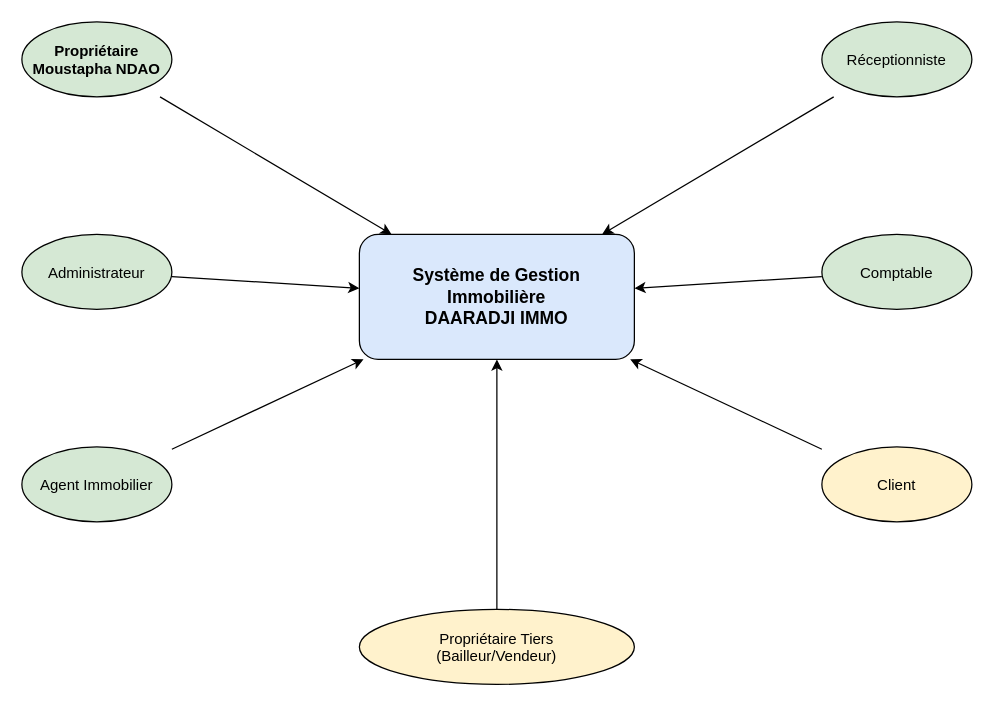
Awa-ndao/gestion-immobiliere-daaradji keeps this draw.io diagram as page "Diagramme-Contexte" (1 of 6) of diagramme-contexte.drawio. Above is the earlier version. Source tidied: cells renumbered, new cells numbered last; positions are measured from the earlier drawing's top-left corner, leaving out a move shared by most shapes. Both pictures are drawn from the tidied source at 125%, with x=0, y=0 at pixel (21, 21).
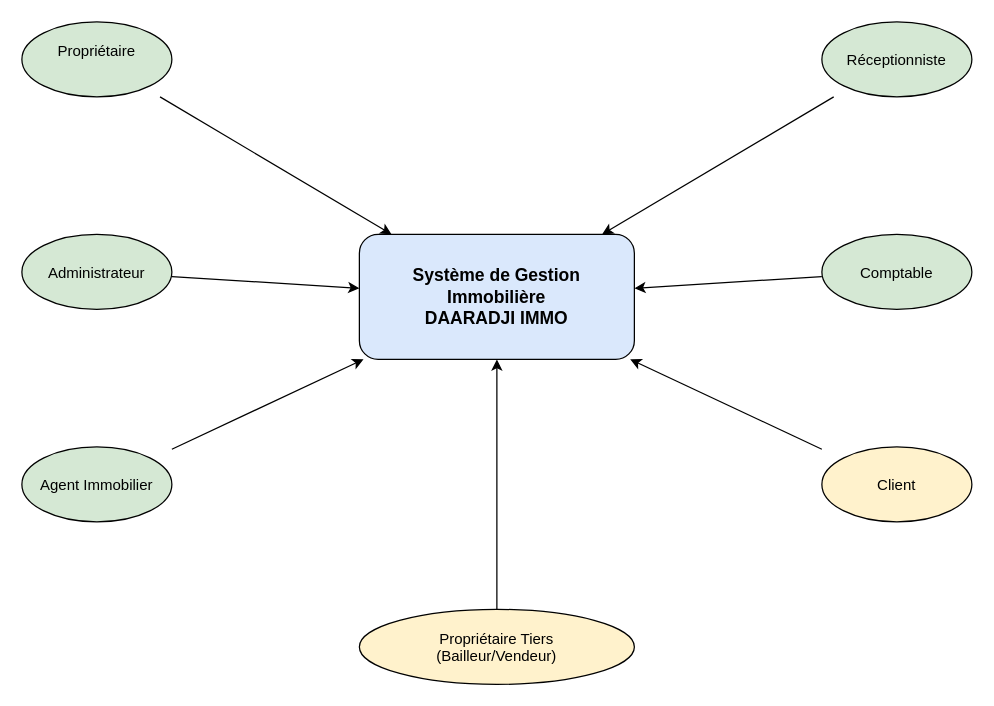
The same page after the edit.

Commit message:
Mettre à jour diagramme-contexte.drawio

What changed in the source:
```diff
@@
 <mxGraphModel>
   <root>
     <mxCell id="0" />
     <mxCell id="1" parent="0" />
     <mxCell id="2" value="Système de Gestion&#10;Immobilière&#10;DAARADJI IMMO" style="rounded=1;whiteSpace=wrap;html=1;fillColor=#dae8fc;     strokeColor=#6c8ebf;fontSize=14;fontStyle=1;verticalAlign=middle;" parent="1" vertex="1">
       <mxGeometry x="270" y="170" width="220" height="100" as="geometry" />
     </mxCell>
-    <mxCell id="3" value="Propriétaire&#10;Moustapha NDAO" style="shape=mxgraph.flowchart.start_2;fillColor=#d5e8d4;     strokeColor=#82b366;fontSize=12;fontStyle=1;" parent="1" vertex="1">
+    <mxCell id="3" value="Propriétaire&#10;" style="shape=mxgraph.flowchart.start_2;fillColor=#d5e8d4;     strokeColor=#82b366;fontSize=12;fontStyle=0;" parent="1" vertex="1">
       <mxGeometry width="120" height="60" as="geometry" />
     </mxCell>
     <mxCell id="4" value="Administrateur" style="shape=mxgraph.flowchart.start_2;fillColor=#d5e8d4;     strokeColor=#82b366;fontSize=12;" parent="1" vertex="1">
       <mxGeometry y="170" width="120" height="60" as="geometry" />
     </mxCell>
     <mxCell id="5" value="Agent Immobilier" style="shape=mxgraph.flowchart.start_2;fillColor=#d5e8d4;     strokeColor=#82b366;fontSize=12;" parent="1" vertex="1">
       <mxGeometry y="340" width="120" height="60" as="geometry" />
     </mxCell>
     <mxCell id="6" value="Réceptionniste" style="shape=mxgraph.flowchart.start_2;fillColor=#d5e8d4;     strokeColor=#82b366;fontSize=12;" parent="1" vertex="1">
       <mxGeometry x="640" width="120" height="60" as="geometry" />
     </mxCell>
     <mxCell id="7" value="Comptable" style="shape=mxgraph.flowchart.start_2;fillColor=#d5e8d4;     strokeColor=#82b366;fontSize=12;" parent="1" vertex="1">
       <mxGeometry x="640" y="170" width="120" height="60" as="geometry" />
     </mxCell>
     <mxCell id="8" value="Client" style="shape=mxgraph.flowchart.start_2;fillColor=#fff2cc;     strokeColor=#d6b656;fontSize=12;" parent="1" vertex="1">
       <mxGeometry x="640" y="340" width="120" height="60" as="geometry" />
     </mxCell>
     <mxCell id="9" value="Propriétaire Tiers&#10;(Bailleur/Vendeur)" style="shape=mxgraph.flowchart.start_2;fillColor=#fff2cc;     strokeColor=#d6b656;fontSize=12;" parent="1" vertex="1">
       <mxGeometry x="270" y="470" width="220" height="60" as="geometry" />
     </mxCell>
     <mxCell id="10" parent="1" edge="1" source="3" target="2">
       <mxGeometry relative="1" as="geometry" />
     </mxCell>
     <mxCell id="11" parent="1" edge="1" source="4" target="2">
       <mxGeometry relative="1" as="geometry" />
     </mxCell>
     <mxCell id="12" parent="1" edge="1" source="5" target="2">
       <mxGeometry relative="1" as="geometry" />
     </mxCell>
     <mxCell id="13" parent="1" edge="1" source="6" target="2">
       <mxGeometry relative="1" as="geometry" />
     </mxCell>
     <mxCell id="14" parent="1" edge="1" source="7" target="2">
       <mxGeometry relative="1" as="geometry" />
     </mxCell>
     <mxCell id="15" parent="1" edge="1" source="8" target="2">
       <mxGeometry relative="1" as="geometry" />
     </mxCell>
     <mxCell id="16" parent="1" edge="1" source="9" target="2">
       <mxGeometry relative="1" as="geometry" />
     </mxCell>
   </root>
 </mxGraphModel>
```
